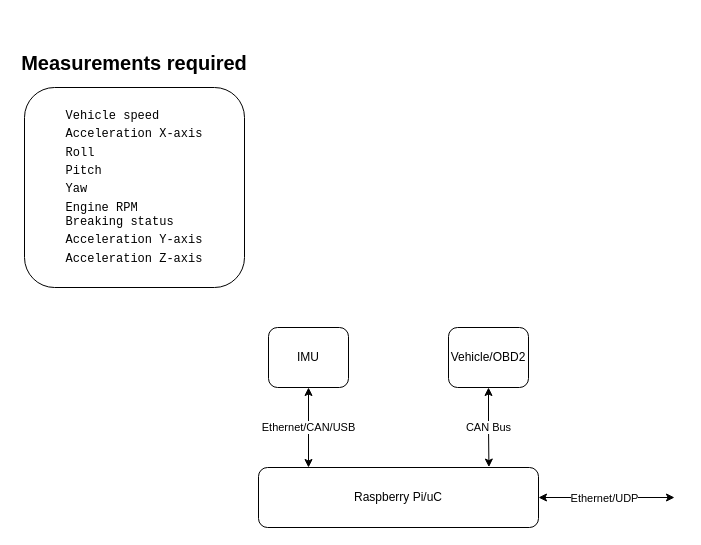
This is page "VPII" (2 of 4) of GNSS Datalogger Blockdiagram.drawio from torejohansson97/tightly-coupled-gnss-data-logger, a draw.io file, before an edit. Source tidied: cells renumbered, new cells numbered last; positions are measured from the earlier drawing's top-left corner, leaving out a move shared by most shapes. Both pictures are drawn from the tidied source at 100%, with x=0, y=0 at pixel (17, 17).
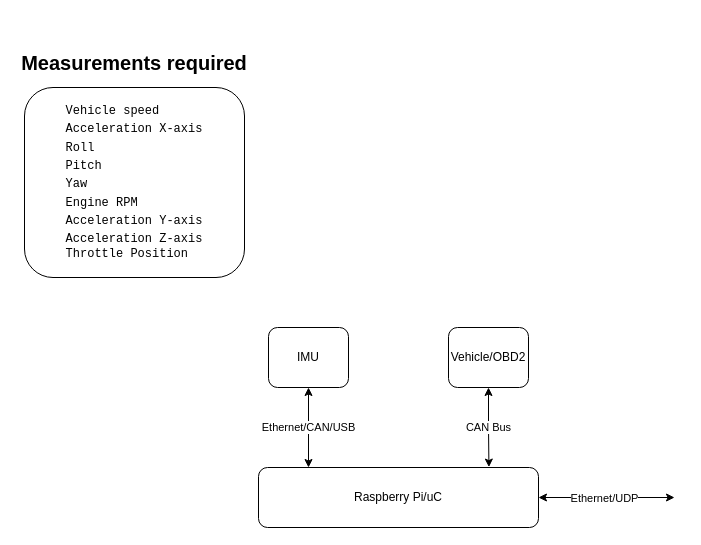
After the change.

Commit message (it also covers changes not shown here):
Added throttle position to VPII

Change to the diagram source:
```diff
@@
 <mxGraphModel>
   <root>
     <mxCell id="0" />
     <mxCell id="1" parent="0" />
     <mxCell id="2" value="&lt;b&gt;&lt;font style=&quot;font-size: 20px;&quot;&gt;Measurements required&lt;/font&gt;&lt;/b&gt;" style="text;html=1;strokeColor=none;fillColor=none;align=center;verticalAlign=middle;whiteSpace=wrap;rounded=0;" parent="1" vertex="1">
       <mxGeometry width="234" height="90" as="geometry" />
     </mxCell>
-    <mxCell id="3" value="&lt;pre style=&quot;font-size: 12px; text-align: start;&quot;&gt;&lt;table&gt;&lt;tbody&gt;&lt;tr&gt;&lt;td&gt;Vehicle speed&lt;/td&gt;&lt;/tr&gt;&lt;tr&gt;&lt;td&gt;Acceleration X-axis&lt;/td&gt;&lt;/tr&gt;&lt;tr&gt;&lt;td&gt;Roll&lt;/td&gt;&lt;/tr&gt;&lt;tr&gt;&lt;td&gt;Pitch&lt;/td&gt;&lt;/tr&gt;&lt;tr&gt;&lt;td&gt;Yaw&lt;/td&gt;&lt;/tr&gt;&lt;tr&gt;&lt;td&gt;Engine RPM&lt;br&gt;Breaking status&lt;br&gt;&lt;/td&gt;&lt;/tr&gt;&lt;tr&gt;&lt;td&gt;Acceleration Y-axis&lt;/td&gt;&lt;/tr&gt;&lt;tr&gt;&lt;td&gt;Acceleration Z-axis&lt;/td&gt;&lt;/tr&gt;&lt;/tbody&gt;&lt;/table&gt;&lt;/pre&gt;" style="rounded=1;whiteSpace=wrap;html=1;fontSize=20;" parent="1" vertex="1">
-      <mxGeometry x="7" y="70" width="220" height="200" as="geometry" />
+    <mxCell id="3" value="&lt;pre style=&quot;font-size: 12px; text-align: start;&quot;&gt;&lt;table&gt;&lt;tbody&gt;&lt;tr&gt;&lt;td&gt;Vehicle speed&lt;/td&gt;&lt;/tr&gt;&lt;tr&gt;&lt;td&gt;Acceleration X-axis&lt;/td&gt;&lt;/tr&gt;&lt;tr&gt;&lt;td&gt;Roll&lt;/td&gt;&lt;/tr&gt;&lt;tr&gt;&lt;td&gt;Pitch&lt;/td&gt;&lt;/tr&gt;&lt;tr&gt;&lt;td&gt;Yaw&lt;/td&gt;&lt;/tr&gt;&lt;tr&gt;&lt;td&gt;Engine RPM&lt;/td&gt;&lt;/tr&gt;&lt;tr&gt;&lt;td&gt;Acceleration Y-axis&lt;/td&gt;&lt;/tr&gt;&lt;tr&gt;&lt;td&gt;Acceleration Z-axis&lt;br/&gt;Throttle Position&lt;/td&gt;&lt;/tr&gt;&lt;/tbody&gt;&lt;/table&gt;&lt;/pre&gt;" style="rounded=1;whiteSpace=wrap;html=1;fontSize=20;" parent="1" vertex="1">
+      <mxGeometry x="7" y="70" width="220" height="190" as="geometry" />
     </mxCell>
     <mxCell id="4" value="CAN Bus" style="edgeStyle=orthogonalEdgeStyle;rounded=0;jettySize=auto;html=1;exitX=0.5;exitY=1;exitDx=0;exitDy=0;entryX=0.823;entryY=-0.007;entryDx=0;entryDy=0;entryPerimeter=0;fontSize=11;startArrow=classic;startFill=1;" parent="1" edge="1" source="5" target="10">
       <mxGeometry relative="1" as="geometry" />
     </mxCell>
     <mxCell id="5" value="Vehicle/OBD2" style="rounded=1;whiteSpace=wrap;html=1;" parent="1" vertex="1">
       <mxGeometry x="431" y="310" width="80" height="60" as="geometry" />
     </mxCell>
     <mxCell id="6" value="Ethernet/CAN/USB" style="edgeStyle=orthogonalEdgeStyle;rounded=0;jettySize=auto;html=1;exitX=0.5;exitY=1;exitDx=0;exitDy=0;fontSize=11;startArrow=classic;startFill=1;" parent="1" edge="1" source="7">
       <mxGeometry relative="1" as="geometry">
         <mxPoint x="291" y="450" as="targetPoint" />
       </mxGeometry>
     </mxCell>
     <mxCell id="7" value="IMU" style="rounded=1;whiteSpace=wrap;html=1;" parent="1" vertex="1">
       <mxGeometry x="251" y="310" width="80" height="60" as="geometry" />
     </mxCell>
     <mxCell id="8" style="edgeStyle=orthogonalEdgeStyle;rounded=0;jettySize=auto;html=1;exitX=1;exitY=0.5;exitDx=0;exitDy=0;startArrow=classic;startFill=1;" parent="1" edge="1" source="10">
       <mxGeometry relative="1" as="geometry">
         <mxPoint x="657" y="480" as="targetPoint" />
       </mxGeometry>
     </mxCell>
     <mxCell id="9" value="Ethernet/UDP" style="edgeLabel;html=1;align=center;verticalAlign=middle;" parent="8" vertex="1">
       <mxGeometry x="0.25" y="2" relative="1" as="geometry">
         <mxPoint x="-19" y="2" as="offset" />
       </mxGeometry>
     </mxCell>
     <mxCell id="10" value="Raspberry Pi/uC" style="rounded=1;whiteSpace=wrap;html=1;" parent="1" vertex="1">
       <mxGeometry x="241" y="450" width="280" height="60" as="geometry" />
     </mxCell>
   </root>
 </mxGraphModel>
```
